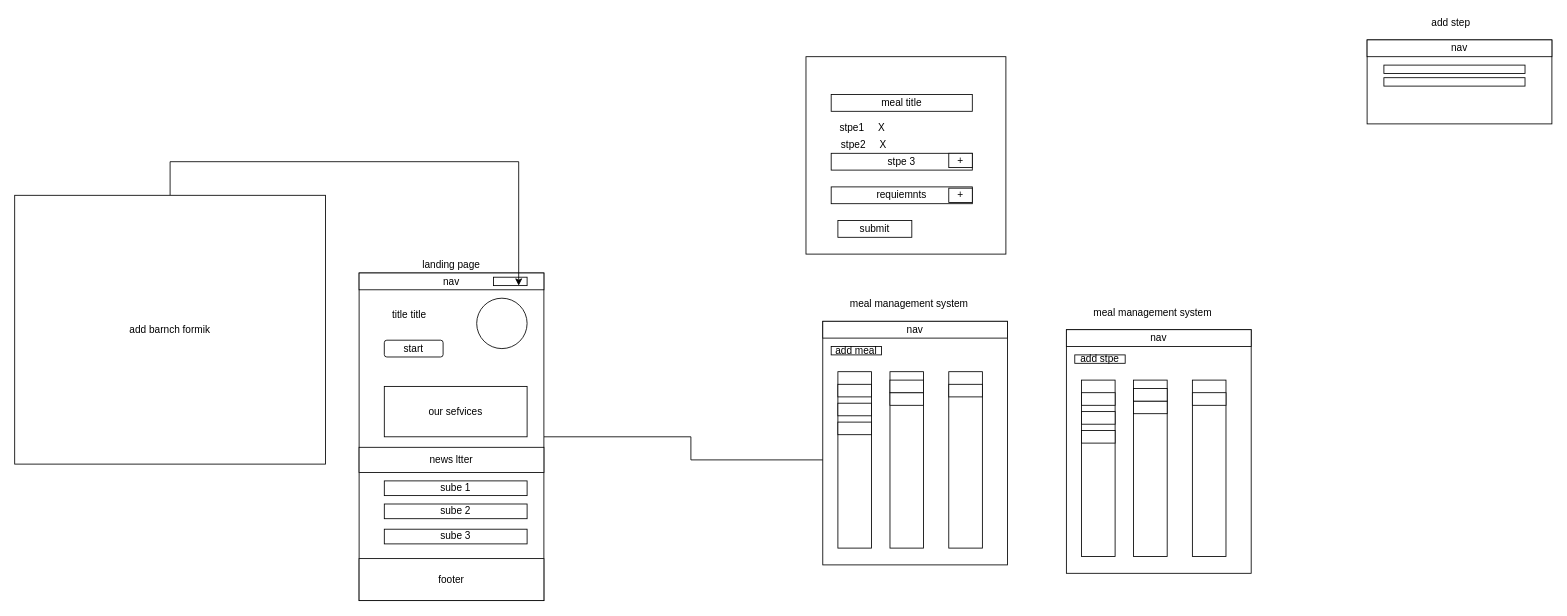
The draw.io diagram src/assets/design/steps.drawio in ARS-coding/mms, before the edit. Source tidied: cells renumbered, new cells numbered last; positions are measured from the earlier drawing's top-left corner, leaving out a move shared by most shapes. Both pictures are drawn from the tidied source at 84%, with x=0, y=0 at pixel (14, 14).
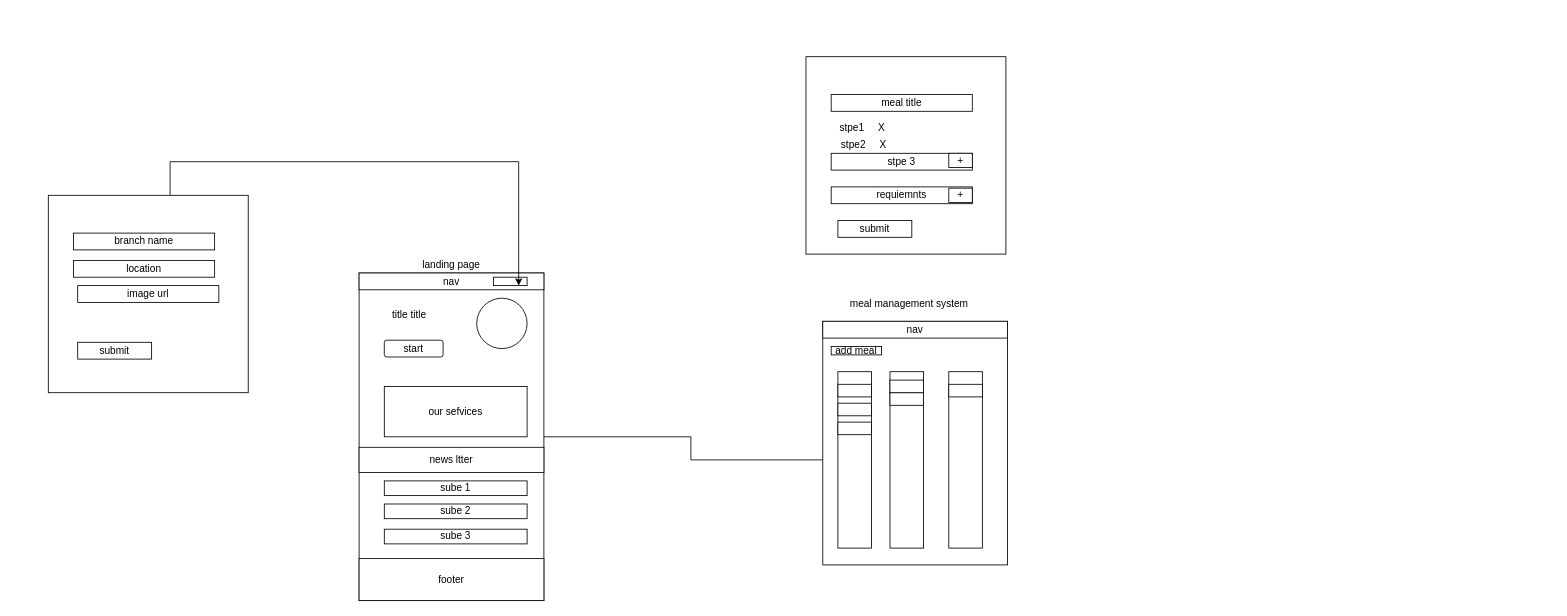
The same page after the edit.

The change refers to these unchanged cells:
```xml
<mxCell id="55" style="rounded=0;whiteSpace=wrap;html=1;" parent="1" vertex="1">
  <mxGeometry x="570" y="312.5" width="40" height="10" as="geometry" />
</mxCell>
```

The edit, as a diff of the source:
```diff
@@
-    <mxCell id="18" style="rounded=0;whiteSpace=wrap;html=1;" parent="1" vertex="1">
-      <mxGeometry x="1610" y="30" width="220" height="100" as="geometry" />
-    </mxCell>
-    <mxCell id="19" value="nav" style="rounded=0;whiteSpace=wrap;html=1;" parent="1" vertex="1">
-      <mxGeometry x="1610" y="30" width="220" height="20" as="geometry" />
-    </mxCell>
-    <mxCell id="20" value="add step" style="text;html=1;strokeColor=none;fillColor=none;align=center;verticalAlign=middle;whiteSpace=wrap;rounded=0;" parent="1" vertex="1">
-      <mxGeometry x="1660" width="100" height="20" as="geometry" />
-    </mxCell>
-    <mxCell id="21" style="rounded=0;whiteSpace=wrap;html=1;" parent="1" vertex="1">
-      <mxGeometry x="1630" y="60" width="168" height="10" as="geometry" />
-    </mxCell>
-    <mxCell id="22" style="rounded=0;whiteSpace=wrap;html=1;" parent="1" vertex="1">
-      <mxGeometry x="1630" y="75" width="168" height="10" as="geometry" />
-    </mxCell>
@@
-    <mxCell id="31" style="rounded=0;whiteSpace=wrap;html=1;" parent="1" vertex="1">
-      <mxGeometry x="1252" y="375" width="220" height="290" as="geometry" />
-    </mxCell>
-    <mxCell id="32" value="nav" style="rounded=0;whiteSpace=wrap;html=1;" parent="1" vertex="1">
-      <mxGeometry x="1252" y="375" width="220" height="20" as="geometry" />
-    </mxCell>
-    <mxCell id="33" value="meal management system" style="text;html=1;strokeColor=none;fillColor=none;align=center;verticalAlign=middle;whiteSpace=wrap;rounded=0;" parent="1" vertex="1">
-      <mxGeometry x="1250" y="345" width="210" height="20" as="geometry" />
-    </mxCell>
-    <mxCell id="34" value="add stpe" style="rounded=0;whiteSpace=wrap;html=1;" parent="1" vertex="1">
-      <mxGeometry x="1262" y="405" width="60" height="10" as="geometry" />
-    </mxCell>
-    <mxCell id="35" style="rounded=0;whiteSpace=wrap;html=1;" parent="1" vertex="1">
-      <mxGeometry x="1270" y="435" width="40" height="210" as="geometry" />
-    </mxCell>
-    <mxCell id="36" style="rounded=0;whiteSpace=wrap;html=1;" parent="1" vertex="1">
-      <mxGeometry x="1332" y="435" width="40" height="210" as="geometry" />
-    </mxCell>
-    <mxCell id="37" style="rounded=0;whiteSpace=wrap;html=1;" parent="1" vertex="1">
-      <mxGeometry x="1402" y="435" width="40" height="210" as="geometry" />
-    </mxCell>
-    <mxCell id="38" style="rounded=0;whiteSpace=wrap;html=1;" parent="1" vertex="1">
-      <mxGeometry x="1270" y="450" width="40" height="15" as="geometry" />
-    </mxCell>
-    <mxCell id="39" style="rounded=0;whiteSpace=wrap;html=1;" parent="1" vertex="1">
-      <mxGeometry x="1332" y="460" width="40" height="15" as="geometry" />
-    </mxCell>
-    <mxCell id="40" style="rounded=0;whiteSpace=wrap;html=1;" parent="1" vertex="1">
-      <mxGeometry x="1332" y="445" width="40" height="15" as="geometry" />
-    </mxCell>
-    <mxCell id="41" style="rounded=0;whiteSpace=wrap;html=1;" parent="1" vertex="1">
-      <mxGeometry x="1270" y="472.5" width="40" height="15" as="geometry" />
-    </mxCell>
-    <mxCell id="42" style="rounded=0;whiteSpace=wrap;html=1;" parent="1" vertex="1">
-      <mxGeometry x="1270" y="495" width="40" height="15" as="geometry" />
-    </mxCell>
-    <mxCell id="43" style="rounded=0;whiteSpace=wrap;html=1;" parent="1" vertex="1">
-      <mxGeometry x="1402" y="450" width="40" height="15" as="geometry" />
-    </mxCell>
@@
-    <mxCell id="56" style="edgeStyle=orthogonalEdgeStyle;rounded=0;jettySize=auto;html=1;entryX=0.75;entryY=1;entryDx=0;entryDy=0;" parent="1" edge="1" source="57" target="55">
+    <mxCell id="56" style="edgeStyle=orthogonalEdgeStyle;rounded=0;jettySize=auto;html=1;entryX=0.75;entryY=1;entryDx=0;entryDy=0;" parent="1" edge="1" target="55">
       <mxGeometry relative="1" as="geometry">
+        <mxPoint x="185" y="215" as="sourcePoint" />
         <Array as="points">
           <mxPoint x="185" y="175" />
           <mxPoint x="600" y="175" />
         </Array>
       </mxGeometry>
     </mxCell>
-    <mxCell id="57" value="add barnch formik" style="rounded=0;whiteSpace=wrap;html=1;" parent="1" vertex="1">
-      <mxGeometry y="215" width="370" height="320" as="geometry" />
-    </mxCell>
+    <mxCell id="58" style="rounded=0;whiteSpace=wrap;html=1;" parent="1" vertex="1">
+      <mxGeometry x="40" y="215" width="238" height="235" as="geometry" />
+    </mxCell>
+    <mxCell id="59" value="branch name" style="rounded=0;whiteSpace=wrap;html=1;" parent="1" vertex="1">
+      <mxGeometry x="70" y="260" width="168" height="20" as="geometry" />
+    </mxCell>
+    <mxCell id="60" value="location" style="rounded=0;whiteSpace=wrap;html=1;" parent="1" vertex="1">
+      <mxGeometry x="70" y="292.5" width="168" height="20" as="geometry" />
+    </mxCell>
+    <mxCell id="61" value="image url" style="rounded=0;whiteSpace=wrap;html=1;" parent="1" vertex="1">
+      <mxGeometry x="75" y="322.5" width="168" height="20" as="geometry" />
+    </mxCell>
+    <mxCell id="62" value="submit" style="rounded=0;whiteSpace=wrap;html=1;" parent="1" vertex="1">
+      <mxGeometry x="75" y="390" width="88" height="20" as="geometry" />
+    </mxCell>
```
